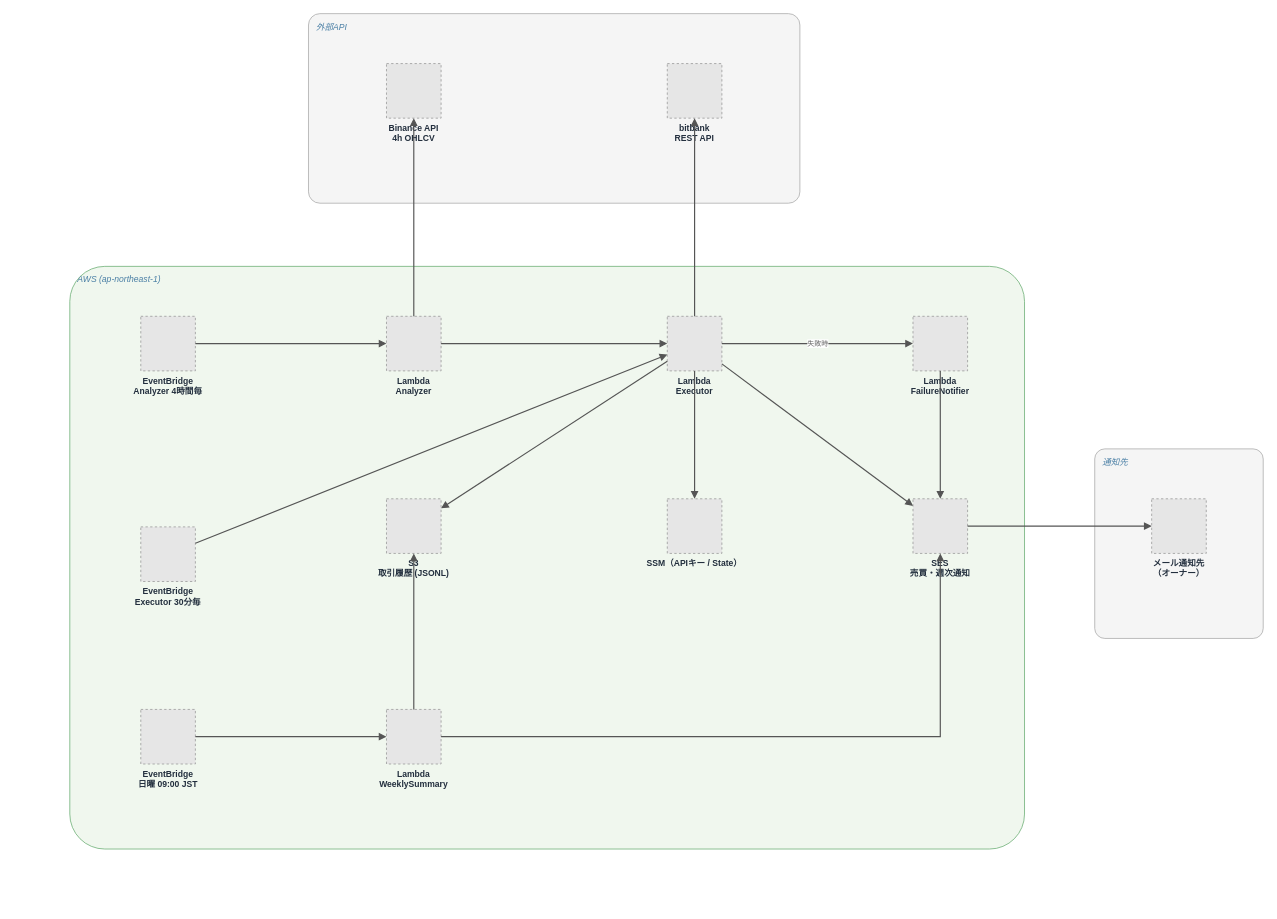
Earlier version of the draw.io diagram 006_zer0-cryptobot/images/006_architecture.drawio (Zer0-1179/Zer0-public). Source tidied: cells renumbered, new cells numbered last; positions are measured from the earlier drawing's top-left corner, leaving out a move shared by most shapes. Both pictures are drawn from the tidied source at 78%, with x=0, y=0 at pixel (69, 13). Pictures stored in the file or linked from it are replaced by grey dashed boxes.
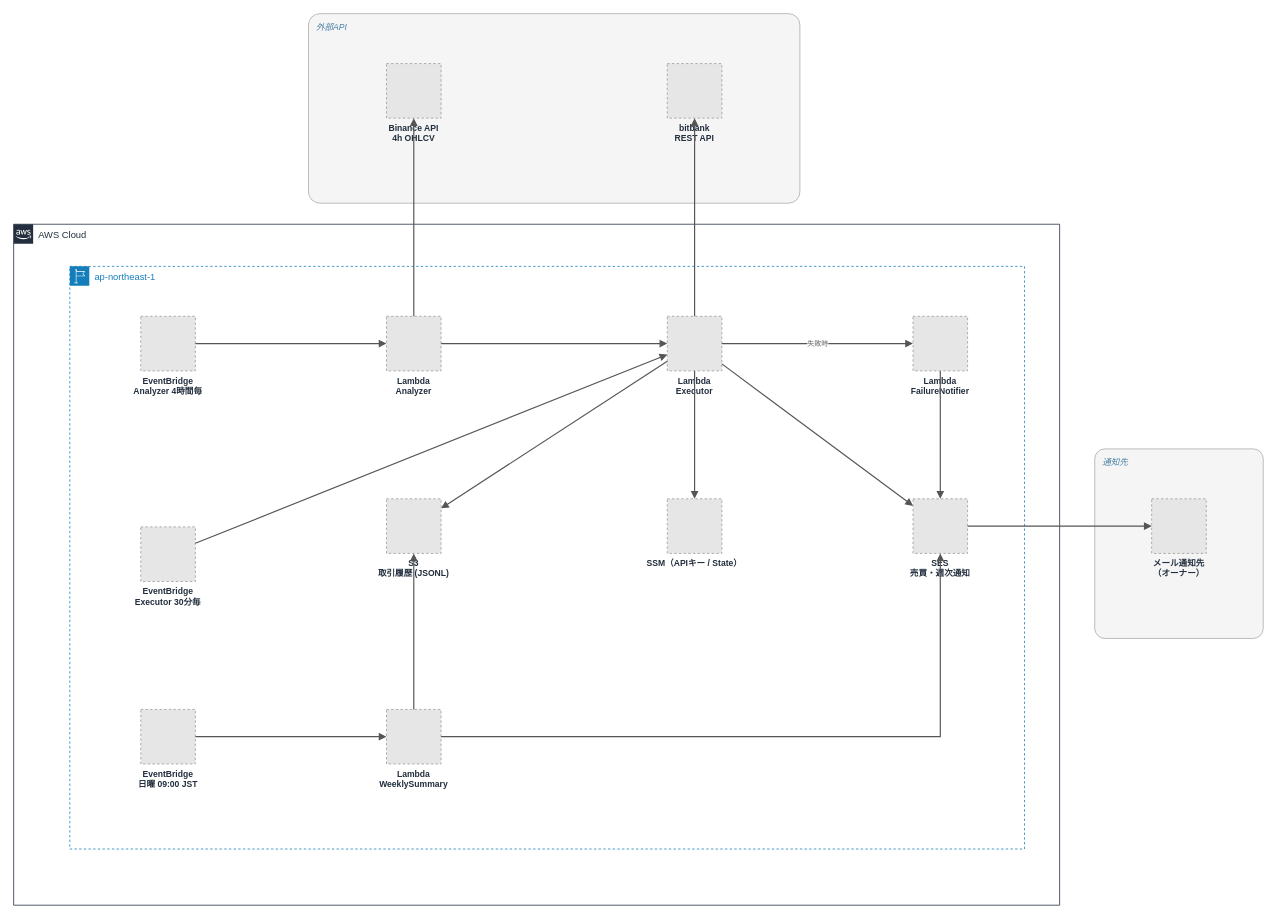
The same diagram, later.

Change to the diagram source:
```diff
@@
+    <mxCell id="32" value="AWS Cloud" style="gradientColor=none;html=1;whiteSpace=wrap;fontSize=12;fontStyle=0;shape=mxgraph.aws4.group;grIcon=mxgraph.aws4.group_aws_cloud_alt;strokeColor=#232F3E;fillColor=none;verticalAlign=top;align=left;spacingLeft=30;fontColor=#232F3E;dashed=0;" parent="1" vertex="1">
+      <mxGeometry x="-72" y="270" width="1341" height="873" as="geometry" />
+    </mxCell>
@@
-    <mxCell id="3" value="AWS (ap-northeast-1)" style="rounded=1;arcSize=6;whiteSpace=wrap;html=1;fillColor=#F0F7EE;strokeColor=#6BAE75;verticalAlign=top;align=left;spacingLeft=8;spacingTop=4;fontColor=#4A7FA5;fontStyle=2;fontSize=11;" parent="1" vertex="1">
-      <mxGeometry y="324" width="1224" height="747" as="geometry" />
-    </mxCell>
@@
+    <mxCell id="33" value="ap-northeast-1" style="gradientColor=none;html=1;whiteSpace=wrap;fontSize=12;fontStyle=0;shape=mxgraph.aws4.group;grIcon=mxgraph.aws4.group_region;strokeColor=#147EBA;fillColor=none;verticalAlign=top;align=left;spacingLeft=30;fontColor=#147EBA;dashed=1;" parent="32" vertex="1">
+      <mxGeometry x="72" y="54" width="1224" height="747" as="geometry" />
+    </mxCell>
```
